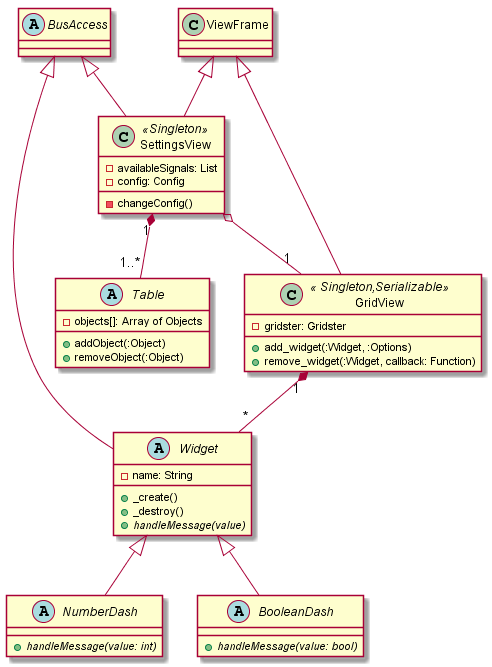
uzdry/PSE keeps this PlantUML diagram as Entwurf/diagrams/UI.png. Above is the earlier version.
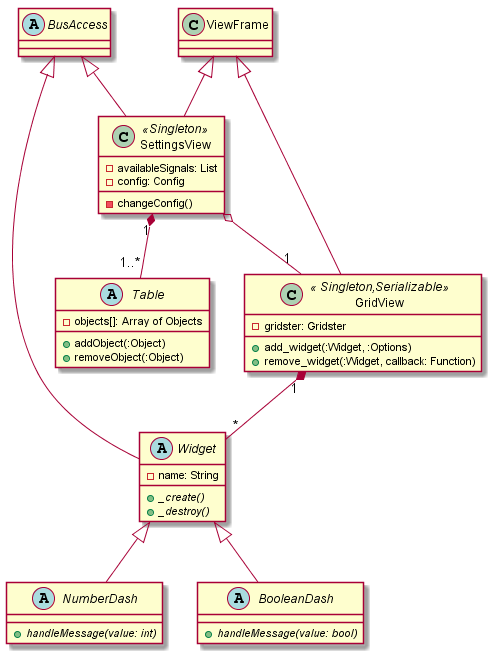
Above is the later version.

Change to the diagram source:
```diff
@@ -9,9 +9,8 @@
 
 abstract class Widget extends BusAccess{
     -name: String
-    +_create()
-    +_destroy()
-    +{abstract} handleMessage(value)
+    +{abstract}_create()
+    +{abstract}_destroy()
 }
 
 abstract class NumberDash extends Widget{
```
